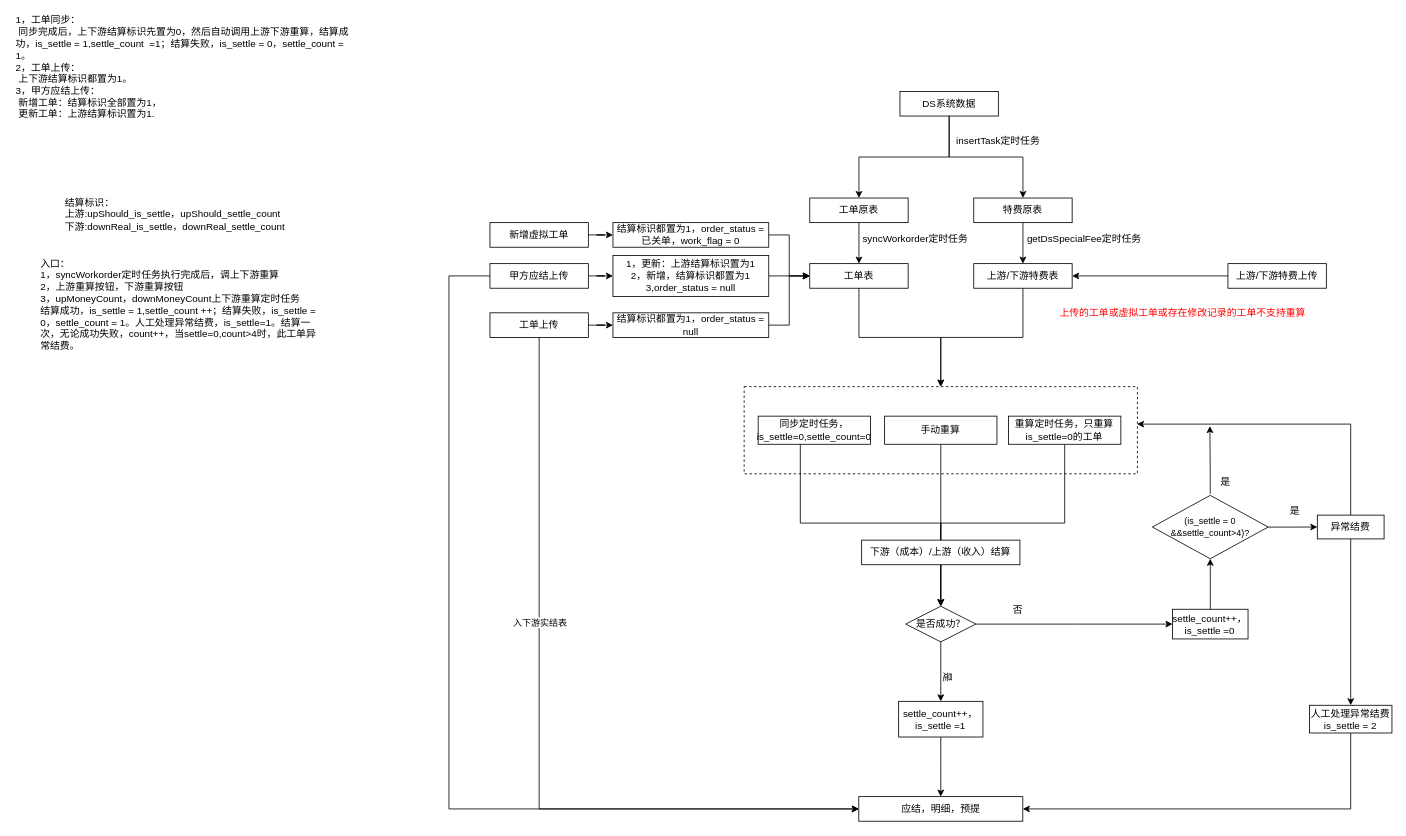
Earlier version of the draw.io diagram 未命名绘图.drawio (yutaob/repository1). Source tidied: cells renumbered, new cells numbered last; positions are measured from the earlier drawing's top-left corner, leaving out a move shared by most shapes. Both pictures are drawn from the tidied source at 82%, with x=0, y=0 at pixel (14, 17).
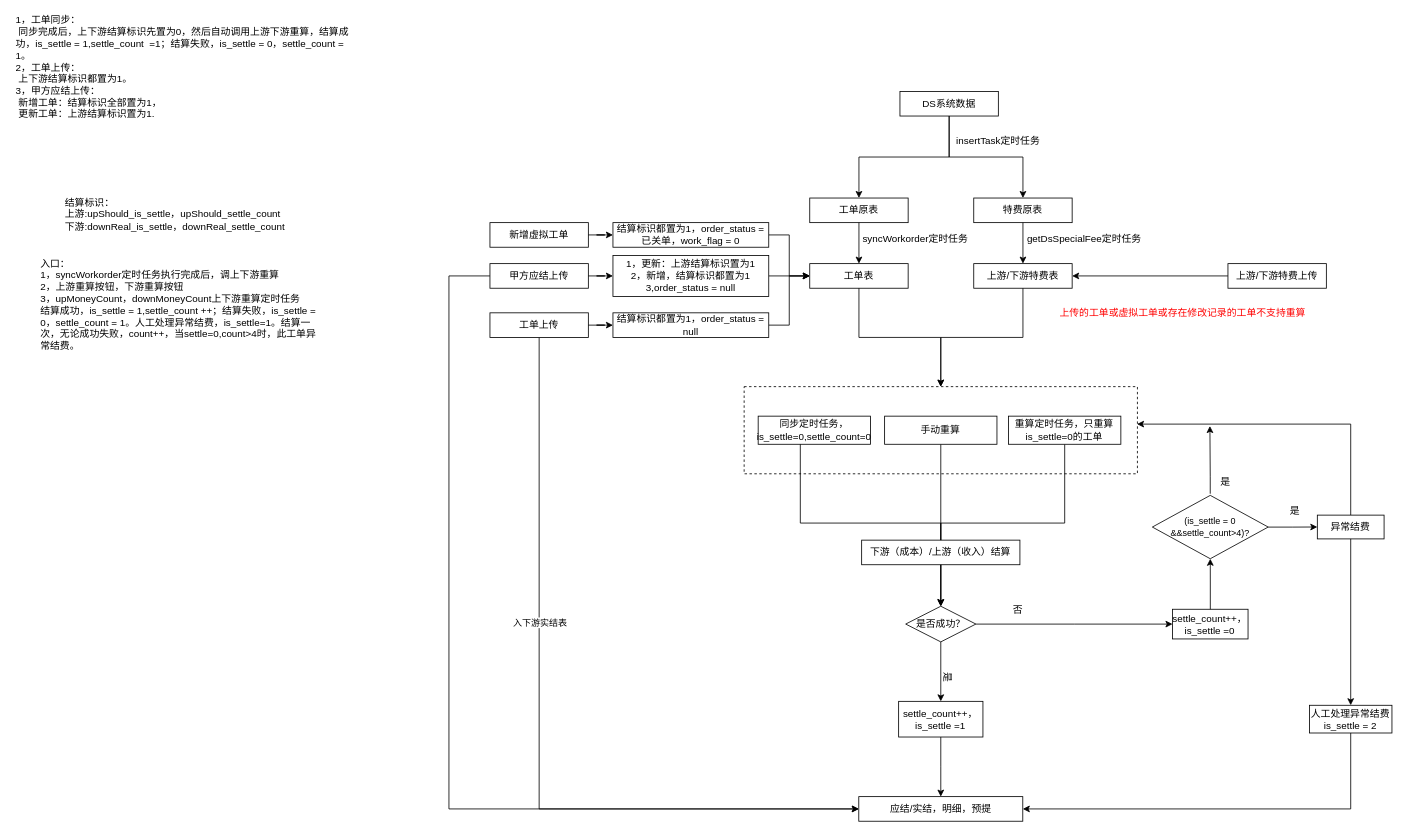
The same page after the edit.

Commit message:
系统结算流程图.drawio

The change refers to these unchanged cells:
```xml
<mxCell id="2" style="group;" parent="1" vertex="1">
  <mxGeometry width="1680" height="980" as="geometry" />
</mxCell>
```

The edit, as a diff of the source:
```diff
@@
-    <mxCell id="13" value="应结，明细，预提" style="rounded=0;whiteSpace=wrap;html=1;" parent="2" vertex="1">
+    <mxCell id="13" value="应结/实结，明细，预提" style="rounded=0;whiteSpace=wrap;html=1;" parent="2" vertex="1">
       <mxGeometry x="1029.8" y="950" width="200" height="30" as="geometry" />
     </mxCell>
```
